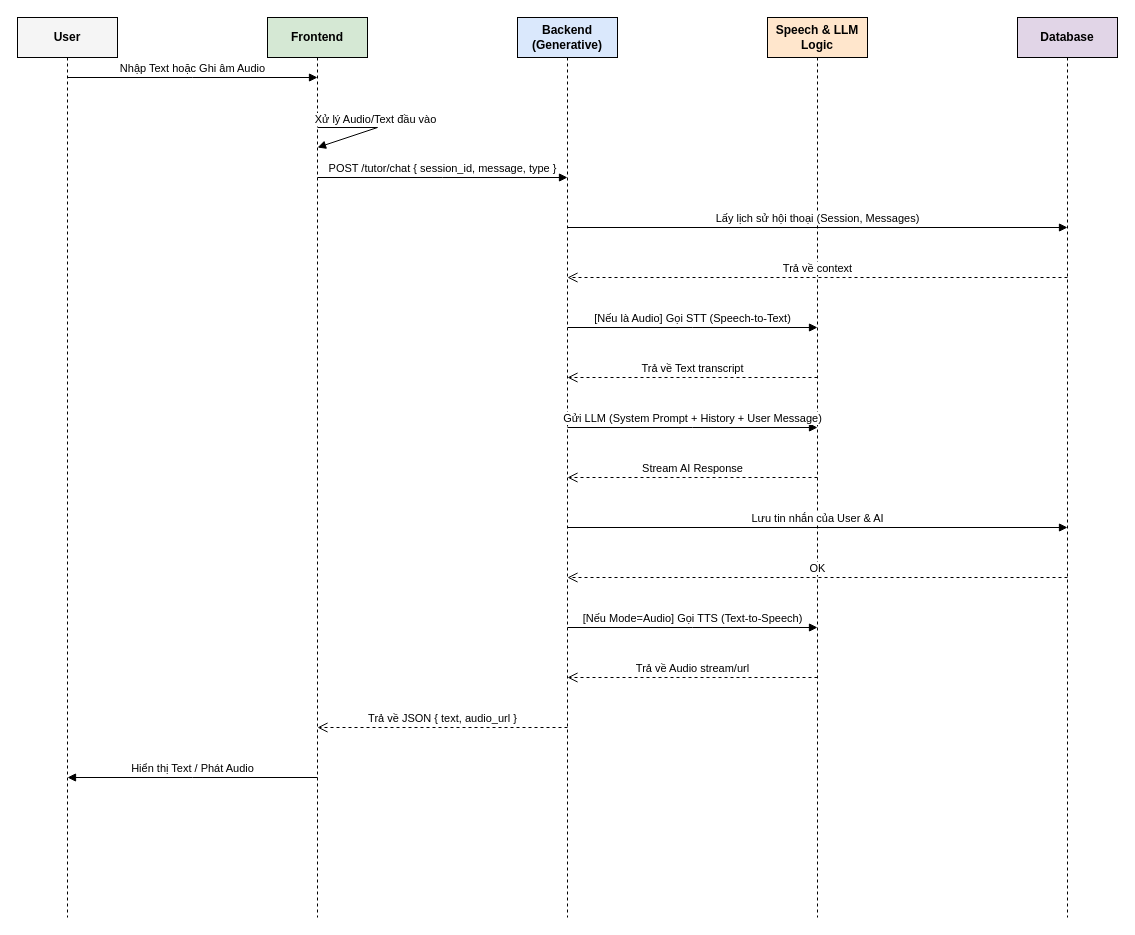
Above: generative/diagram/tutor-sequence.drawio in vulinhnopro2704/english-learning-be (draw.io), before the change. Source tidied: cells renumbered, new cells numbered last; positions are measured from the earlier drawing's top-left corner, leaving out a move shared by most shapes. Both pictures are drawn from the tidied source at 100%, with x=0, y=0 at pixel (17, 17).
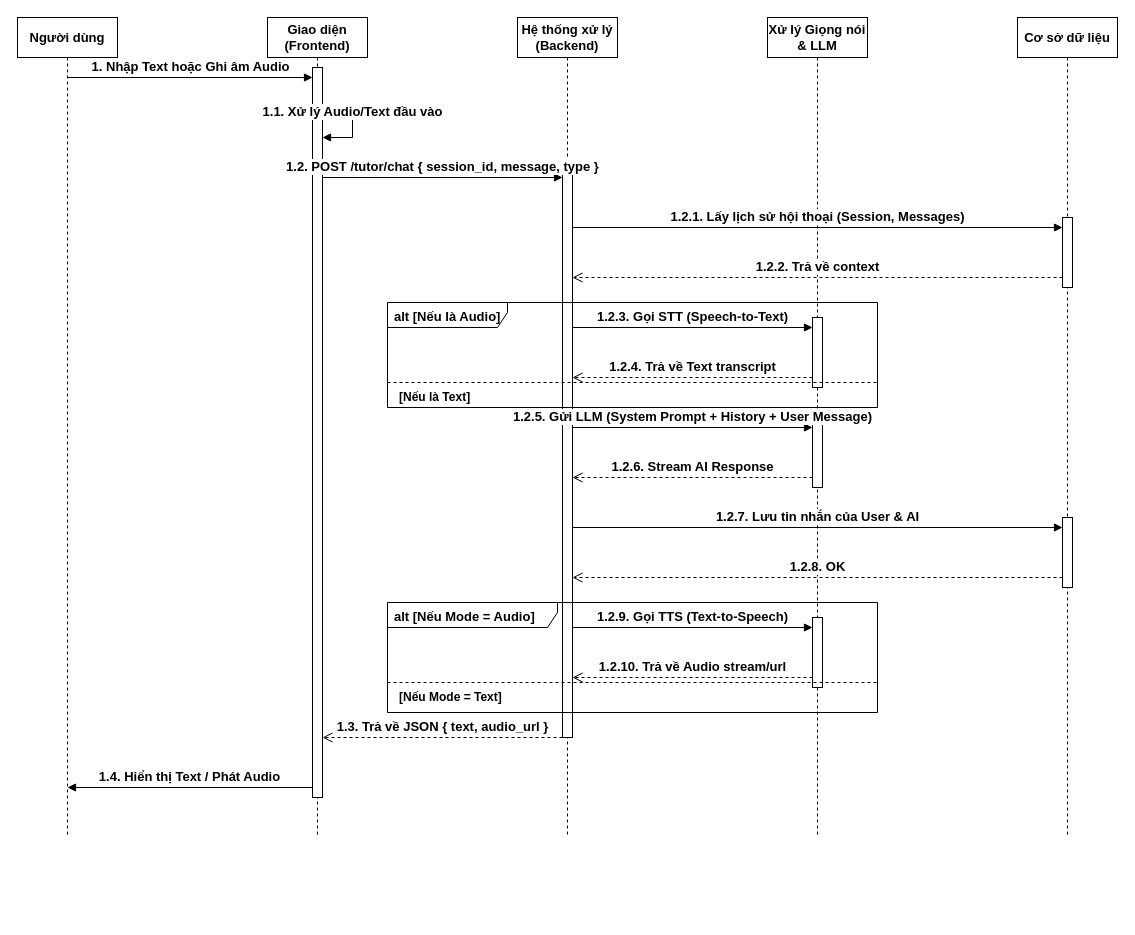
The same diagram, later.

The edit, as a diff of the source:
```diff
@@
-    <mxCell id="2" value="User" style="shape=umlLifeline;perimeter=lifelinePerimeter;whiteSpace=wrap;html=1;fillColor=#f5f5f5;fontStyle=1;" parent="1" vertex="1">
-      <mxGeometry width="100" height="900" as="geometry" />
+    <mxCell id="2" value="Người dùng" style="shape=umlLifeline;perimeter=lifelinePerimeter;whiteSpace=wrap;html=1;fillColor=#ffffff;strokeColor=#000000;strokeWidth=1;fontStyle=1;align=center;fontSize=13;" parent="1" vertex="1">
+      <mxGeometry width="100" height="820" as="geometry" />
     </mxCell>
-    <mxCell id="3" value="Frontend" style="shape=umlLifeline;perimeter=lifelinePerimeter;whiteSpace=wrap;html=1;fillColor=#d5e8d4;fontStyle=1;" parent="1" vertex="1">
-      <mxGeometry x="250" width="100" height="900" as="geometry" />
+    <mxCell id="3" value="Giao diện&#10;(Frontend)" style="shape=umlLifeline;perimeter=lifelinePerimeter;whiteSpace=wrap;html=1;fillColor=#ffffff;strokeColor=#000000;strokeWidth=1;fontStyle=1;align=center;fontSize=13;" parent="1" vertex="1">
+      <mxGeometry x="250" width="100" height="820" as="geometry" />
     </mxCell>
-    <mxCell id="4" value="Backend (Generative)" style="shape=umlLifeline;perimeter=lifelinePerimeter;whiteSpace=wrap;html=1;fillColor=#dae8fc;fontStyle=1;" parent="1" vertex="1">
-      <mxGeometry x="500" width="100" height="900" as="geometry" />
+    <mxCell id="4" value="Hệ thống xử lý&#10;(Backend)" style="shape=umlLifeline;perimeter=lifelinePerimeter;whiteSpace=wrap;html=1;fillColor=#ffffff;strokeColor=#000000;strokeWidth=1;fontStyle=1;align=center;fontSize=13;" parent="1" vertex="1">
+      <mxGeometry x="500" width="100" height="820" as="geometry" />
     </mxCell>
-    <mxCell id="5" value="Speech &amp; LLM Logic" style="shape=umlLifeline;perimeter=lifelinePerimeter;whiteSpace=wrap;html=1;fillColor=#ffe6cc;fontStyle=1;" parent="1" vertex="1">
-      <mxGeometry x="750" width="100" height="900" as="geometry" />
+    <mxCell id="5" value="Xử lý Giọng nói&#10;&amp; LLM" style="shape=umlLifeline;perimeter=lifelinePerimeter;whiteSpace=wrap;html=1;fillColor=#ffffff;strokeColor=#000000;strokeWidth=1;fontStyle=1;align=center;fontSize=13;" parent="1" vertex="1">
+      <mxGeometry x="750" width="100" height="820" as="geometry" />
     </mxCell>
-    <mxCell id="6" value="Database" style="shape=umlLifeline;perimeter=lifelinePerimeter;whiteSpace=wrap;html=1;fillColor=#e1d5e7;fontStyle=1;" parent="1" vertex="1">
-      <mxGeometry x="1000" width="100" height="900" as="geometry" />
+    <mxCell id="6" value="Cơ sở dữ liệu" style="shape=umlLifeline;perimeter=lifelinePerimeter;whiteSpace=wrap;html=1;fillColor=#ffffff;strokeColor=#000000;strokeWidth=1;fontStyle=1;align=center;fontSize=13;" parent="1" vertex="1">
+      <mxGeometry x="1000" width="100" height="820" as="geometry" />
     </mxCell>
+    <mxCell id="22" style="fillColor=#ffffff;strokeColor=#000000;strokeWidth=1;" parent="1" vertex="1">
+      <mxGeometry x="295" y="50" width="10" height="730" as="geometry" />
+    </mxCell>
+    <mxCell id="23" style="fillColor=#ffffff;strokeColor=#000000;strokeWidth=1;" parent="1" vertex="1">
+      <mxGeometry x="545" y="150" width="10" height="570" as="geometry" />
+    </mxCell>
+    <mxCell id="24" style="fillColor=#ffffff;strokeColor=#000000;strokeWidth=1;" parent="1" vertex="1">
+      <mxGeometry x="795" y="300" width="10" height="70" as="geometry" />
+    </mxCell>
+    <mxCell id="25" style="fillColor=#ffffff;strokeColor=#000000;strokeWidth=1;" parent="1" vertex="1">
+      <mxGeometry x="795" y="400" width="10" height="70" as="geometry" />
+    </mxCell>
+    <mxCell id="26" style="fillColor=#ffffff;strokeColor=#000000;strokeWidth=1;" parent="1" vertex="1">
+      <mxGeometry x="795" y="600" width="10" height="70" as="geometry" />
+    </mxCell>
+    <mxCell id="27" style="fillColor=#ffffff;strokeColor=#000000;strokeWidth=1;" parent="1" vertex="1">
+      <mxGeometry x="1045" y="200" width="10" height="70" as="geometry" />
+    </mxCell>
+    <mxCell id="28" style="fillColor=#ffffff;strokeColor=#000000;strokeWidth=1;" parent="1" vertex="1">
+      <mxGeometry x="1045" y="500" width="10" height="70" as="geometry" />
+    </mxCell>
+    <mxCell id="29" value="alt [Nếu là Audio]" style="shape=umlFrame;whiteSpace=wrap;html=1;width=120;height=25;boundedLbl=1;verticalAlign=top;align=left;spacingLeft=5;fillColor=none;strokeColor=#000000;strokeWidth=1;fontStyle=1;fontSize=13;" parent="1" vertex="1">
+      <mxGeometry x="370" y="285" width="490" height="105" as="geometry" />
+    </mxCell>
+    <mxCell id="30" style="strokeColor=#000000;dashed=1;endArrow=none;html=1;rounded=0;" parent="1" edge="1">
+      <mxGeometry relative="1" as="geometry">
+        <mxPoint x="370" y="365" as="sourcePoint" />
+        <mxPoint x="860" y="365" as="targetPoint" />
+      </mxGeometry>
+    </mxCell>
+    <mxCell id="31" value="[Nếu là Text]" style="text;html=1;align=left;verticalAlign=middle;whiteSpace=wrap;rounded=0;fontColor=#000000;fontSize=12;fontStyle=1;" parent="1" vertex="1">
+      <mxGeometry x="380" y="370" width="100" height="20" as="geometry" />
+    </mxCell>
+    <mxCell id="32" value="alt [Nếu Mode = Audio]" style="shape=umlFrame;whiteSpace=wrap;html=1;width=170;height=25;boundedLbl=1;verticalAlign=top;align=left;spacingLeft=5;fillColor=none;strokeColor=#000000;strokeWidth=1;fontStyle=1;fontSize=13;" parent="1" vertex="1">
+      <mxGeometry x="370" y="585" width="490" height="110" as="geometry" />
+    </mxCell>
+    <mxCell id="33" style="strokeColor=#000000;dashed=1;endArrow=none;html=1;rounded=0;" parent="1" edge="1">
+      <mxGeometry relative="1" as="geometry">
+        <mxPoint x="370" y="665" as="sourcePoint" />
+        <mxPoint x="860" y="665" as="targetPoint" />
+      </mxGeometry>
+    </mxCell>
+    <mxCell id="34" value="[Nếu Mode = Text]" style="text;html=1;align=left;verticalAlign=middle;whiteSpace=wrap;rounded=0;fontColor=#000000;fontSize=12;fontStyle=1;" parent="1" vertex="1">
+      <mxGeometry x="380" y="670" width="130" height="20" as="geometry" />
+    </mxCell>
-    <mxCell id="7" value="Nhập Text hoặc Ghi âm Audio" style="html=1;verticalAlign=bottom;endArrow=block;edgeStyle=elbowEdgeStyle;elbow=vertical;curved=0;rounded=0;fontStyle=0;labelBackgroundColor=#ffffff;" parent="1" edge="1">
+    <mxCell id="7" value="1. Nhập Text hoặc Ghi âm Audio" style="html=1;verticalAlign=bottom;endArrow=block;curved=0;rounded=0;fontStyle=1;strokeColor=#000000;fontColor=#000000;fontSize=13;" parent="1" edge="1">
       <mxGeometry relative="1" as="geometry">
         <mxPoint x="50" y="60" as="sourcePoint" />
-        <mxPoint x="300" y="60" as="targetPoint" />
+        <mxPoint x="295" y="60" as="targetPoint" />
       </mxGeometry>
     </mxCell>
-    <mxCell id="8" value="Xử lý Audio/Text đầu vào" style="html=1;verticalAlign=bottom;endArrow=block;edgeStyle=elbowEdgeStyle;elbow=vertical;curved=0;rounded=0;fontStyle=0;labelBackgroundColor=#ffffff;" parent="1" edge="1">
+    <mxCell id="8" value="1.1. Xử lý Audio/Text đầu vào" style="html=1;verticalAlign=bottom;endArrow=block;curved=0;rounded=0;fontStyle=1;strokeColor=#000000;fontColor=#000000;edgeStyle=orthogonalEdgeStyle;fontSize=13;" parent="1" edge="1">
       <mxGeometry relative="1" as="geometry">
-        <mxPoint x="300" y="110" as="sourcePoint" />
-        <mxPoint x="300" y="130" as="targetPoint" />
+        <mxPoint x="305" y="90" as="sourcePoint" />
+        <mxPoint x="305" y="120" as="targetPoint" />
         <Array as="points">
-          <mxPoint x="360" y="110" />
-          <mxPoint x="360" y="130" />
+          <mxPoint x="335" y="90" />
+          <mxPoint x="335" y="120" />
         </Array>
       </mxGeometry>
     </mxCell>
-    <mxCell id="9" value="POST /tutor/chat { session_id, message, type }" style="html=1;verticalAlign=bottom;endArrow=block;edgeStyle=elbowEdgeStyle;elbow=vertical;curved=0;rounded=0;fontStyle=0;labelBackgroundColor=#ffffff;" parent="1" edge="1">
+    <mxCell id="9" value="1.2. POST /tutor/chat { session_id, message, type }" style="html=1;verticalAlign=bottom;endArrow=block;curved=0;rounded=0;fontStyle=1;strokeColor=#000000;fontColor=#000000;fontSize=13;" parent="1" edge="1">
       <mxGeometry relative="1" as="geometry">
-        <mxPoint x="300" y="160" as="sourcePoint" />
-        <mxPoint x="550" y="160" as="targetPoint" />
+        <mxPoint x="305" y="160" as="sourcePoint" />
+        <mxPoint x="545" y="160" as="targetPoint" />
       </mxGeometry>
     </mxCell>
-    <mxCell id="10" value="Lấy lịch sử hội thoại (Session, Messages)" style="html=1;verticalAlign=bottom;endArrow=block;edgeStyle=elbowEdgeStyle;elbow=vertical;curved=0;rounded=0;fontStyle=0;labelBackgroundColor=#ffffff;" parent="1" edge="1">
+    <mxCell id="10" value="1.2.1. Lấy lịch sử hội thoại (Session, Messages)" style="html=1;verticalAlign=bottom;endArrow=block;curved=0;rounded=0;fontStyle=1;strokeColor=#000000;fontColor=#000000;fontSize=13;" parent="1" edge="1">
       <mxGeometry relative="1" as="geometry">
-        <mxPoint x="550" y="210" as="sourcePoint" />
-        <mxPoint x="1050" y="210" as="targetPoint" />
+        <mxPoint x="555" y="210" as="sourcePoint" />
+        <mxPoint x="1045" y="210" as="targetPoint" />
       </mxGeometry>
     </mxCell>
-    <mxCell id="11" value="Trả về context" style="html=1;verticalAlign=bottom;endArrow=open;dashed=1;endSize=8;edgeStyle=elbowEdgeStyle;elbow=vertical;curved=0;rounded=0;fontStyle=0;labelBackgroundColor=#ffffff;" parent="1" edge="1">
+    <mxCell id="11" value="1.2.2. Trả về context" style="html=1;verticalAlign=bottom;endArrow=open;dashed=1;endSize=8;curved=0;rounded=0;fontStyle=1;strokeColor=#000000;fontColor=#000000;fontSize=13;" parent="1" edge="1">
       <mxGeometry relative="1" as="geometry">
-        <mxPoint x="1050" y="260" as="sourcePoint" />
-        <mxPoint x="550" y="260" as="targetPoint" />
+        <mxPoint x="1045" y="260" as="sourcePoint" />
+        <mxPoint x="555" y="260" as="targetPoint" />
       </mxGeometry>
     </mxCell>
-    <mxCell id="12" value="[Nếu là Audio] Gọi STT (Speech-to-Text)" style="html=1;verticalAlign=bottom;endArrow=block;edgeStyle=elbowEdgeStyle;elbow=vertical;curved=0;rounded=0;fontStyle=0;labelBackgroundColor=#ffffff;" parent="1" edge="1">
+    <mxCell id="12" value="1.2.3. Gọi STT (Speech-to-Text)" style="html=1;verticalAlign=bottom;endArrow=block;curved=0;rounded=0;fontStyle=1;strokeColor=#000000;fontColor=#000000;fontSize=13;" parent="1" edge="1">
       <mxGeometry relative="1" as="geometry">
-        <mxPoint x="550" y="310" as="sourcePoint" />
-        <mxPoint x="800" y="310" as="targetPoint" />
+        <mxPoint x="555" y="310" as="sourcePoint" />
+        <mxPoint x="795" y="310" as="targetPoint" />
       </mxGeometry>
     </mxCell>
-    <mxCell id="13" value="Trả về Text transcript" style="html=1;verticalAlign=bottom;endArrow=open;dashed=1;endSize=8;edgeStyle=elbowEdgeStyle;elbow=vertical;curved=0;rounded=0;fontStyle=0;labelBackgroundColor=#ffffff;" parent="1" edge="1">
+    <mxCell id="13" value="1.2.4. Trả về Text transcript" style="html=1;verticalAlign=bottom;endArrow=open;dashed=1;endSize=8;curved=0;rounded=0;fontStyle=1;strokeColor=#000000;fontColor=#000000;fontSize=13;" parent="1" edge="1">
       <mxGeometry relative="1" as="geometry">
-        <mxPoint x="800" y="360" as="sourcePoint" />
-        <mxPoint x="550" y="360" as="targetPoint" />
+        <mxPoint x="795" y="360" as="sourcePoint" />
+        <mxPoint x="555" y="360" as="targetPoint" />
       </mxGeometry>
     </mxCell>
-    <mxCell id="14" value="Gửi LLM (System Prompt + History + User Message)" style="html=1;verticalAlign=bottom;endArrow=block;edgeStyle=elbowEdgeStyle;elbow=vertical;curved=0;rounded=0;fontStyle=0;labelBackgroundColor=#ffffff;" parent="1" edge="1">
+    <mxCell id="14" value="1.2.5. Gửi LLM (System Prompt + History + User Message)" style="html=1;verticalAlign=bottom;endArrow=block;curved=0;rounded=0;fontStyle=1;strokeColor=#000000;fontColor=#000000;fontSize=13;" parent="1" edge="1">
       <mxGeometry relative="1" as="geometry">
-        <mxPoint x="550" y="410" as="sourcePoint" />
-        <mxPoint x="800" y="410" as="targetPoint" />
+        <mxPoint x="555" y="410" as="sourcePoint" />
+        <mxPoint x="795" y="410" as="targetPoint" />
       </mxGeometry>
     </mxCell>
-    <mxCell id="15" value="Stream AI Response" style="html=1;verticalAlign=bottom;endArrow=open;dashed=1;endSize=8;edgeStyle=elbowEdgeStyle;elbow=vertical;curved=0;rounded=0;fontStyle=0;labelBackgroundColor=#ffffff;" parent="1" edge="1">
+    <mxCell id="15" value="1.2.6. Stream AI Response" style="html=1;verticalAlign=bottom;endArrow=open;dashed=1;endSize=8;curved=0;rounded=0;fontStyle=1;strokeColor=#000000;fontColor=#000000;fontSize=13;" parent="1" edge="1">
       <mxGeometry relative="1" as="geometry">
-        <mxPoint x="800" y="460" as="sourcePoint" />
-        <mxPoint x="550" y="460" as="targetPoint" />
+        <mxPoint x="795" y="460" as="sourcePoint" />
+        <mxPoint x="555" y="460" as="targetPoint" />
       </mxGeometry>
     </mxCell>
-    <mxCell id="16" value="Lưu tin nhắn của User &amp; AI" style="html=1;verticalAlign=bottom;endArrow=block;edgeStyle=elbowEdgeStyle;elbow=vertical;curved=0;rounded=0;fontStyle=0;labelBackgroundColor=#ffffff;" parent="1" edge="1">
+    <mxCell id="16" value="1.2.7. Lưu tin nhắn của User &amp; AI" style="html=1;verticalAlign=bottom;endArrow=block;curved=0;rounded=0;fontStyle=1;strokeColor=#000000;fontColor=#000000;fontSize=13;" parent="1" edge="1">
       <mxGeometry relative="1" as="geometry">
-        <mxPoint x="550" y="510" as="sourcePoint" />
-        <mxPoint x="1050" y="510" as="targetPoint" />
+        <mxPoint x="555" y="510" as="sourcePoint" />
+        <mxPoint x="1045" y="510" as="targetPoint" />
       </mxGeometry>
     </mxCell>
-    <mxCell id="17" value="OK" style="html=1;verticalAlign=bottom;endArrow=open;dashed=1;endSize=8;edgeStyle=elbowEdgeStyle;elbow=vertical;curved=0;rounded=0;fontStyle=0;labelBackgroundColor=#ffffff;" parent="1" edge="1">
+    <mxCell id="17" value="1.2.8. OK" style="html=1;verticalAlign=bottom;endArrow=open;dashed=1;endSize=8;curved=0;rounded=0;fontStyle=1;strokeColor=#000000;fontColor=#000000;fontSize=13;" parent="1" edge="1">
       <mxGeometry relative="1" as="geometry">
-        <mxPoint x="1050" y="560" as="sourcePoint" />
-        <mxPoint x="550" y="560" as="targetPoint" />
+        <mxPoint x="1045" y="560" as="sourcePoint" />
+        <mxPoint x="555" y="560" as="targetPoint" />
       </mxGeometry>
     </mxCell>
-    <mxCell id="18" value="[Nếu Mode=Audio] Gọi TTS (Text-to-Speech)" style="html=1;verticalAlign=bottom;endArrow=block;edgeStyle=elbowEdgeStyle;elbow=vertical;curved=0;rounded=0;fontStyle=0;labelBackgroundColor=#ffffff;" parent="1" edge="1">
+    <mxCell id="18" value="1.2.9. Gọi TTS (Text-to-Speech)" style="html=1;verticalAlign=bottom;endArrow=block;curved=0;rounded=0;fontStyle=1;strokeColor=#000000;fontColor=#000000;fontSize=13;" parent="1" edge="1">
       <mxGeometry relative="1" as="geometry">
-        <mxPoint x="550" y="610" as="sourcePoint" />
-        <mxPoint x="800" y="610" as="targetPoint" />
+        <mxPoint x="555" y="610" as="sourcePoint" />
+        <mxPoint x="795" y="610" as="targetPoint" />
       </mxGeometry>
     </mxCell>
-    <mxCell id="19" value="Trả về Audio stream/url" style="html=1;verticalAlign=bottom;endArrow=open;dashed=1;endSize=8;edgeStyle=elbowEdgeStyle;elbow=vertical;curved=0;rounded=0;fontStyle=0;labelBackgroundColor=#ffffff;" parent="1" edge="1">
+    <mxCell id="19" value="1.2.10. Trả về Audio stream/url" style="html=1;verticalAlign=bottom;endArrow=open;dashed=1;endSize=8;curved=0;rounded=0;fontStyle=1;strokeColor=#000000;fontColor=#000000;fontSize=13;" parent="1" edge="1">
       <mxGeometry relative="1" as="geometry">
-        <mxPoint x="800" y="660" as="sourcePoint" />
-        <mxPoint x="550" y="660" as="targetPoint" />
+        <mxPoint x="795" y="660" as="sourcePoint" />
+        <mxPoint x="555" y="660" as="targetPoint" />
       </mxGeometry>
     </mxCell>
-    <mxCell id="20" value="Trả về JSON { text, audio_url }" style="html=1;verticalAlign=bottom;endArrow=open;dashed=1;endSize=8;edgeStyle=elbowEdgeStyle;elbow=vertical;curved=0;rounded=0;fontStyle=0;labelBackgroundColor=#ffffff;" parent="1" edge="1">
+    <mxCell id="20" value="1.3. Trả về JSON { text, audio_url }" style="html=1;verticalAlign=bottom;endArrow=open;dashed=1;endSize=8;curved=0;rounded=0;fontStyle=1;strokeColor=#000000;fontColor=#000000;fontSize=13;" parent="1" edge="1">
       <mxGeometry relative="1" as="geometry">
-        <mxPoint x="550" y="710" as="sourcePoint" />
-        <mxPoint x="300" y="710" as="targetPoint" />
+        <mxPoint x="545" y="720" as="sourcePoint" />
+        <mxPoint x="305" y="720" as="targetPoint" />
       </mxGeometry>
     </mxCell>
-    <mxCell id="21" value="Hiển thị Text / Phát Audio" style="html=1;verticalAlign=bottom;endArrow=block;edgeStyle=elbowEdgeStyle;elbow=vertical;curved=0;rounded=0;fontStyle=0;labelBackgroundColor=#ffffff;" parent="1" edge="1">
+    <mxCell id="21" value="1.4. Hiển thị Text / Phát Audio" style="html=1;verticalAlign=bottom;endArrow=block;curved=0;rounded=0;fontStyle=1;strokeColor=#000000;fontColor=#000000;fontSize=13;" parent="1" edge="1">
       <mxGeometry relative="1" as="geometry">
-        <mxPoint x="300" y="760" as="sourcePoint" />
-        <mxPoint x="50" y="760" as="targetPoint" />
+        <mxPoint x="295" y="770" as="sourcePoint" />
+        <mxPoint x="50" y="770" as="targetPoint" />
       </mxGeometry>
     </mxCell>
```
